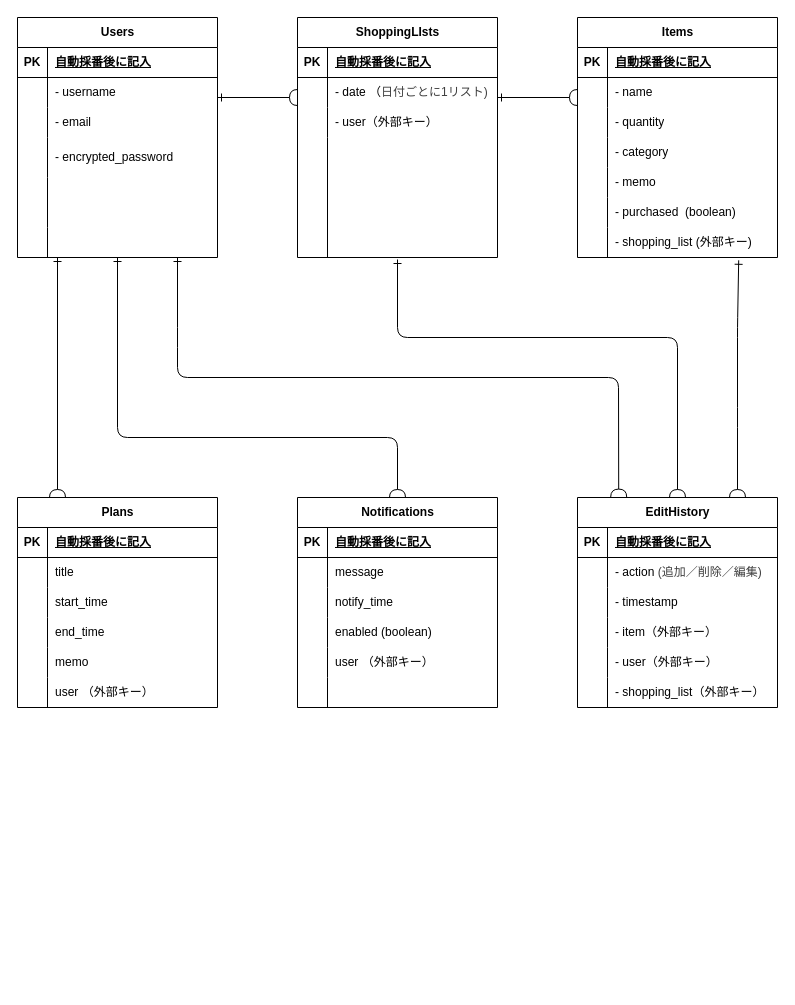
Above: shoppingdays.dio in wassyprince/shopping_days (draw.io), before the change. Source tidied: cells renumbered, new cells numbered last; positions are measured from the earlier drawing's top-left corner, leaving out a move shared by most shapes. Both pictures are drawn from the tidied source at 100%, with x=0, y=0 at pixel (17, 17).
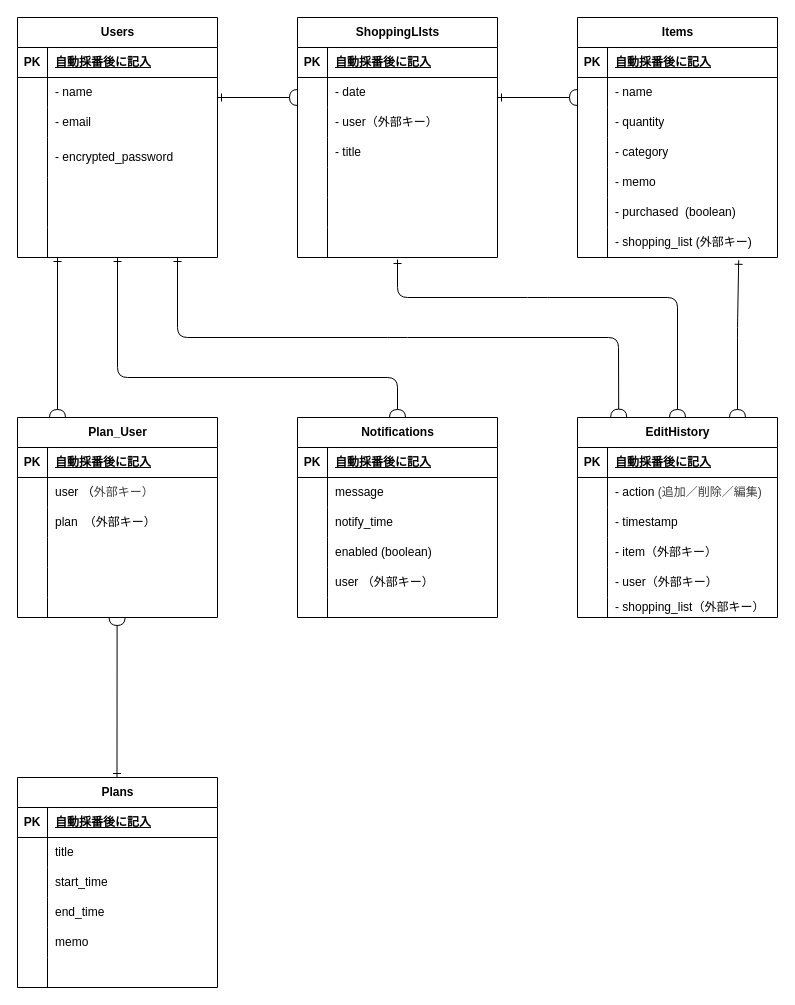
Above is the later version.

The change refers to these unchanged cells:
```xml
<mxCell id="25" style="shape=tableRow;horizontal=0;startSize=0;swimlaneHead=0;swimlaneBody=0;fillColor=none;top=0;left=0;right=0;bottom=0;" parent="21" vertex="1">
  <mxGeometry y="60" width="200" height="30" as="geometry" />
</mxCell>
<mxCell id="59" value="ShoppingLIsts" style="shape=table;startSize=30;childLayout=tableLayout;rowLines=0;fontStyle=1;align=center;html=1;" parent="1" vertex="1">
  <mxGeometry x="280" width="200" height="240" as="geometry" />
</mxCell>
<mxCell id="63" style="shape=tableRow;horizontal=0;startSize=0;swimlaneHead=0;swimlaneBody=0;fillColor=none;top=0;left=0;right=0;bottom=0;" parent="59" vertex="1">
  <mxGeometry y="60" width="200" height="30" as="geometry" />
</mxCell>
<mxCell id="91" style="shape=tableRow;horizontal=0;startSize=0;swimlaneHead=0;swimlaneBody=0;fillColor=none;points=[[0,0.5],[1,0.5]];portConstraint=eastwest;top=0;left=0;right=0;bottom=0;" parent="72" vertex="1">
  <mxGeometry y="210" width="200" height="30" as="geometry" />
</mxCell>
<mxCell id="117" style="shape=tableRow;horizontal=0;startSize=0;swimlaneHead=0;swimlaneBody=0;fillColor=none;top=0;left=0;right=0;bottom=0;" parent="101" vertex="1">
  <mxGeometry y="180" width="200" height="30" as="geometry" />
</mxCell>
```

Diff of the diagram source:
```diff
@@
     <mxCell id="2" value="Notifications" style="shape=table;startSize=30;childLayout=tableLayout;rowLines=0;fontStyle=1;align=center;html=1;" parent="1" vertex="1">
-      <mxGeometry x="280" y="480" width="200" height="210" as="geometry" />
+      <mxGeometry x="280" y="400" width="200" height="200" as="geometry" />
     </mxCell>
@@
     <mxCell id="18" style="shape=tableRow;horizontal=0;startSize=0;swimlaneHead=0;swimlaneBody=0;fillColor=none;top=0;left=0;right=0;bottom=0;" parent="2" vertex="1">
-      <mxGeometry y="180" width="200" height="30" as="geometry" />
+      <mxGeometry y="180" width="200" height="20" as="geometry" />
     </mxCell>
     <mxCell id="19" style="shape=partialRectangle;fillColor=none;top=0;left=0;bottom=0;right=0;overflow=hidden;whiteSpace=wrap;html=1;" parent="18" vertex="1">
-      <mxGeometry width="30" height="30" as="geometry" />
+      <mxGeometry width="30" height="20" as="geometry" />
     </mxCell>
     <mxCell id="20" style="shape=partialRectangle;fillColor=none;top=0;left=0;bottom=0;right=0;align=left;spacingLeft=6;overflow=hidden;whiteSpace=wrap;html=1;" parent="18" vertex="1">
-      <mxGeometry x="30" width="170" height="30" as="geometry" />
+      <mxGeometry x="30" width="170" height="20" as="geometry" />
     </mxCell>
@@
-    <mxCell id="27" value="- username" style="shape=partialRectangle;fillColor=none;top=0;left=0;bottom=0;right=0;align=left;spacingLeft=6;overflow=hidden;whiteSpace=wrap;html=1;" parent="25" vertex="1">
+    <mxCell id="27" value="- name" style="shape=partialRectangle;fillColor=none;top=0;left=0;bottom=0;right=0;align=left;spacingLeft=6;overflow=hidden;whiteSpace=wrap;html=1;" parent="25" vertex="1">
       <mxGeometry x="30" width="170" height="30" as="geometry" />
     </mxCell>
@@
     <mxCell id="40" value="EditHistory" style="shape=table;startSize=30;childLayout=tableLayout;rowLines=0;fontStyle=1;align=center;html=1;" parent="1" vertex="1">
-      <mxGeometry x="560" y="480" width="200" height="210" as="geometry" />
+      <mxGeometry x="560" y="400" width="200" height="200" as="geometry" />
     </mxCell>
@@
     <mxCell id="56" style="shape=tableRow;horizontal=0;startSize=0;swimlaneHead=0;swimlaneBody=0;fillColor=none;top=0;left=0;right=0;bottom=0;" parent="40" vertex="1">
-      <mxGeometry y="180" width="200" height="30" as="geometry" />
+      <mxGeometry y="180" width="200" height="20" as="geometry" />
     </mxCell>
     <mxCell id="57" style="shape=partialRectangle;fillColor=none;top=0;left=0;bottom=0;right=0;overflow=hidden;whiteSpace=wrap;html=1;" parent="56" vertex="1">
-      <mxGeometry width="30" height="30" as="geometry" />
+      <mxGeometry width="30" height="20" as="geometry" />
     </mxCell>
     <mxCell id="58" value="- shopping_list（外部キー）" style="shape=partialRectangle;fillColor=none;top=0;left=0;bottom=0;right=0;align=left;spacingLeft=6;overflow=hidden;whiteSpace=wrap;html=1;" parent="56" vertex="1">
-      <mxGeometry x="30" width="170" height="30" as="geometry" />
+      <mxGeometry x="30" width="170" height="20" as="geometry" />
     </mxCell>
@@
-    <mxCell id="65" value="- date （&lt;span style=&quot;color: rgb(63, 63, 63); background-color: transparent;&quot;&gt;日付ごとに&lt;/span&gt;&lt;span style=&quot;color: rgb(63, 63, 63); background-color: transparent;&quot; lang=&quot;EN-US&quot;&gt;1&lt;/span&gt;&lt;span style=&quot;color: rgb(63, 63, 63); background-color: transparent;&quot;&gt;リスト&lt;/span&gt;&lt;span style=&quot;color: rgb(63, 63, 63); background-color: transparent;&quot; lang=&quot;EN-US&quot;&gt;)&lt;/span&gt;" style="shape=partialRectangle;fillColor=none;top=0;left=0;bottom=0;right=0;align=left;spacingLeft=6;overflow=hidden;whiteSpace=wrap;html=1;" parent="63" vertex="1">
+    <mxCell id="65" value="- date" style="shape=partialRectangle;fillColor=none;top=0;left=0;bottom=0;right=0;align=left;spacingLeft=6;overflow=hidden;whiteSpace=wrap;html=1;" parent="63" vertex="1">
       <mxGeometry x="30" width="170" height="30" as="geometry" />
     </mxCell>
@@
-    <mxCell id="69" style="shape=tableRow;horizontal=0;startSize=0;swimlaneHead=0;swimlaneBody=0;fillColor=none;top=0;left=0;right=0;bottom=0;" parent="59" vertex="1">
-      <mxGeometry y="120" width="200" height="120" as="geometry" />
-    </mxCell>
-    <mxCell id="70" style="shape=partialRectangle;fillColor=none;top=0;left=0;bottom=0;right=0;overflow=hidden;whiteSpace=wrap;html=1;" parent="69" vertex="1">
-      <mxGeometry width="30" height="120" as="geometry" />
-    </mxCell>
-    <mxCell id="71" style="shape=partialRectangle;fillColor=none;top=0;left=0;bottom=0;right=0;align=left;spacingLeft=6;overflow=hidden;whiteSpace=wrap;html=1;" parent="69" vertex="1">
-      <mxGeometry x="30" width="170" height="120" as="geometry" />
-    </mxCell>
+    <mxCell id="120" style="shape=tableRow;horizontal=0;startSize=0;swimlaneHead=0;swimlaneBody=0;fillColor=none;top=0;left=0;right=0;bottom=0;" parent="59" vertex="1">
+      <mxGeometry y="120" width="200" height="30" as="geometry" />
+    </mxCell>
+    <mxCell id="121" style="shape=partialRectangle;fillColor=none;top=0;left=0;bottom=0;right=0;overflow=hidden;whiteSpace=wrap;html=1;" parent="120" vertex="1">
+      <mxGeometry width="30" height="30" as="geometry" />
+    </mxCell>
+    <mxCell id="122" value="- title" style="shape=partialRectangle;fillColor=none;top=0;left=0;bottom=0;right=0;align=left;spacingLeft=6;overflow=hidden;whiteSpace=wrap;html=1;" parent="120" vertex="1">
+      <mxGeometry x="30" width="170" height="30" as="geometry" />
+    </mxCell>
+    <mxCell id="123" style="shape=tableRow;horizontal=0;startSize=0;swimlaneHead=0;swimlaneBody=0;fillColor=none;top=0;left=0;right=0;bottom=0;" parent="59" vertex="1">
+      <mxGeometry y="150" width="200" height="30" as="geometry" />
+    </mxCell>
+    <mxCell id="124" style="shape=partialRectangle;fillColor=none;top=0;left=0;bottom=0;right=0;overflow=hidden;whiteSpace=wrap;html=1;" parent="123" vertex="1">
+      <mxGeometry width="30" height="30" as="geometry" />
+    </mxCell>
+    <mxCell id="125" style="shape=partialRectangle;fillColor=none;top=0;left=0;bottom=0;right=0;align=left;spacingLeft=6;overflow=hidden;whiteSpace=wrap;html=1;" parent="123" vertex="1">
+      <mxGeometry x="30" width="170" height="30" as="geometry" />
+    </mxCell>
+    <mxCell id="126" style="shape=tableRow;horizontal=0;startSize=0;swimlaneHead=0;swimlaneBody=0;fillColor=none;top=0;left=0;right=0;bottom=0;" parent="59" vertex="1">
+      <mxGeometry y="180" width="200" height="30" as="geometry" />
+    </mxCell>
+    <mxCell id="127" style="shape=partialRectangle;fillColor=none;top=0;left=0;bottom=0;right=0;overflow=hidden;whiteSpace=wrap;html=1;" parent="126" vertex="1">
+      <mxGeometry width="30" height="30" as="geometry" />
+    </mxCell>
+    <mxCell id="128" style="shape=partialRectangle;fillColor=none;top=0;left=0;bottom=0;right=0;align=left;spacingLeft=6;overflow=hidden;whiteSpace=wrap;html=1;" parent="126" vertex="1">
+      <mxGeometry x="30" width="170" height="30" as="geometry" />
+    </mxCell>
+    <mxCell id="129" style="shape=tableRow;horizontal=0;startSize=0;swimlaneHead=0;swimlaneBody=0;fillColor=none;top=0;left=0;right=0;bottom=0;" parent="59" vertex="1">
+      <mxGeometry y="210" width="200" height="30" as="geometry" />
+    </mxCell>
+    <mxCell id="130" style="shape=partialRectangle;fillColor=none;top=0;left=0;bottom=0;right=0;overflow=hidden;whiteSpace=wrap;html=1;" parent="129" vertex="1">
+      <mxGeometry width="30" height="30" as="geometry" />
+    </mxCell>
+    <mxCell id="131" style="shape=partialRectangle;fillColor=none;top=0;left=0;bottom=0;right=0;align=left;spacingLeft=6;overflow=hidden;whiteSpace=wrap;html=1;" parent="129" vertex="1">
+      <mxGeometry x="30" width="170" height="30" as="geometry" />
+    </mxCell>
@@
     <mxCell id="95" style="edgeStyle=none;html=1;strokeColor=default;endArrow=halfCircle;endFill=0;startArrow=ERone;startFill=0;entryX=0.5;entryY=0;entryDx=0;entryDy=0;" parent="1" edge="1" target="2">
       <mxGeometry relative="1" as="geometry">
         <mxPoint x="100" y="240" as="sourcePoint" />
         <Array as="points">
-          <mxPoint x="100" y="420" />
-          <mxPoint x="380" y="420" />
+          <mxPoint x="100" y="360" />
+          <mxPoint x="380" y="360" />
         </Array>
       </mxGeometry>
     </mxCell>
     <mxCell id="96" style="edgeStyle=none;html=1;strokeColor=default;endArrow=halfCircle;endFill=0;startArrow=ERone;startFill=0;entryX=0.206;entryY=-0.002;entryDx=0;entryDy=0;entryPerimeter=0;" parent="1" edge="1" target="40">
       <mxGeometry relative="1" as="geometry">
         <mxPoint x="160" y="240" as="sourcePoint" />
         <Array as="points">
           <mxPoint x="160" y="320" />
-          <mxPoint x="160" y="360" />
-          <mxPoint x="601" y="360" />
+          <mxPoint x="380" y="320" />
+          <mxPoint x="601" y="320" />
         </Array>
       </mxGeometry>
     </mxCell>
     <mxCell id="97" style="edgeStyle=none;html=1;strokeColor=default;endArrow=halfCircle;endFill=0;startArrow=ERone;startFill=0;exitX=0.806;exitY=1.093;exitDx=0;exitDy=0;exitPerimeter=0;" parent="1" edge="1" source="91">
       <mxGeometry relative="1" as="geometry">
-        <mxPoint x="720" y="480" as="targetPoint" />
+        <mxPoint x="720" y="400" as="targetPoint" />
         <Array as="points">
           <mxPoint x="720" y="310" />
           <mxPoint x="720" y="400" />
         </Array>
       </mxGeometry>
     </mxCell>
@@
     <mxCell id="99" style="edgeStyle=none;html=1;strokeColor=default;endArrow=halfCircle;endFill=0;startArrow=ERone;startFill=0;entryX=0.5;entryY=0;entryDx=0;entryDy=0;" parent="1" edge="1" target="40">
       <mxGeometry relative="1" as="geometry">
         <mxPoint x="380" y="242" as="sourcePoint" />
         <Array as="points">
-          <mxPoint x="380" y="320" />
-          <mxPoint x="660" y="320" />
+          <mxPoint x="380" y="280" />
+          <mxPoint x="520" y="280" />
+          <mxPoint x="660" y="280" />
         </Array>
       </mxGeometry>
     </mxCell>
-    <mxCell id="100" style="edgeStyle=none;html=1;strokeColor=default;endArrow=halfCircle;endFill=0;startArrow=ERone;startFill=0;entryX=0.2;entryY=0;entryDx=0;entryDy=0;entryPerimeter=0;" parent="1" edge="1" target="101">
+    <mxCell id="100" style="edgeStyle=none;html=1;strokeColor=default;endArrow=halfCircle;endFill=0;startArrow=ERone;startFill=0;" parent="1" edge="1">
       <mxGeometry relative="1" as="geometry">
         <mxPoint x="40" y="240" as="sourcePoint" />
+        <mxPoint x="40" y="400" as="targetPoint" />
       </mxGeometry>
     </mxCell>
     <mxCell id="101" value="Plans" style="shape=table;startSize=30;childLayout=tableLayout;rowLines=0;fontStyle=1;align=center;html=1;" parent="1" vertex="1">
-      <mxGeometry y="480" width="200" height="210" as="geometry" />
+      <mxGeometry y="760" width="200" height="210" as="geometry" />
     </mxCell>
@@
-    <mxCell id="119" value="user （外部キー）" style="shape=partialRectangle;fillColor=none;top=0;left=0;bottom=0;right=0;align=left;spacingLeft=6;overflow=hidden;whiteSpace=wrap;html=1;" parent="117" vertex="1">
+    <mxCell id="119" style="shape=partialRectangle;fillColor=none;top=0;left=0;bottom=0;right=0;align=left;spacingLeft=6;overflow=hidden;whiteSpace=wrap;html=1;" parent="117" vertex="1">
       <mxGeometry x="30" width="170" height="30" as="geometry" />
     </mxCell>
+    <mxCell id="132" value="Plan_User" style="shape=table;startSize=30;childLayout=tableLayout;rowLines=0;fontStyle=1;align=center;html=1;" parent="1" vertex="1">
+      <mxGeometry y="400" width="200" height="200" as="geometry" />
+    </mxCell>
+    <mxCell id="133" style="shape=tableRow;horizontal=0;startSize=0;swimlaneHead=0;swimlaneBody=0;fillColor=none;top=0;left=0;right=0;bottom=1;" parent="132" vertex="1">
+      <mxGeometry y="30" width="200" height="30" as="geometry" />
+    </mxCell>
+    <mxCell id="134" value="PK" style="shape=partialRectangle;fillColor=none;top=0;left=0;bottom=0;right=0;fontStyle=1;overflow=hidden;whiteSpace=wrap;html=1;" parent="133" vertex="1">
+      <mxGeometry width="30" height="30" as="geometry" />
+    </mxCell>
+    <mxCell id="135" value="&lt;span style=&quot;color: rgb(0, 0, 0);&quot;&gt;自動採番後に記入&lt;/span&gt;" style="shape=partialRectangle;fillColor=none;top=0;left=0;bottom=0;right=0;align=left;spacingLeft=6;fontStyle=5;overflow=hidden;whiteSpace=wrap;html=1;" parent="133" vertex="1">
+      <mxGeometry x="30" width="170" height="30" as="geometry" />
+    </mxCell>
+    <mxCell id="136" style="shape=tableRow;horizontal=0;startSize=0;swimlaneHead=0;swimlaneBody=0;fillColor=none;top=0;left=0;right=0;bottom=0;" parent="132" vertex="1">
+      <mxGeometry y="60" width="200" height="30" as="geometry" />
+    </mxCell>
+    <mxCell id="137" style="shape=partialRectangle;fillColor=none;top=0;left=0;bottom=0;right=0;overflow=hidden;whiteSpace=wrap;html=1;" parent="136" vertex="1">
+      <mxGeometry width="30" height="30" as="geometry" />
+    </mxCell>
+    <mxCell id="138" value="user （&lt;span style=&quot;color: rgb(63, 63, 63); background-color: transparent;&quot;&gt;外部キー）&lt;/span&gt;" style="shape=partialRectangle;fillColor=none;top=0;left=0;bottom=0;right=0;align=left;spacingLeft=6;overflow=hidden;whiteSpace=wrap;html=1;" parent="136" vertex="1">
+      <mxGeometry x="30" width="170" height="30" as="geometry" />
+    </mxCell>
+    <mxCell id="139" style="shape=tableRow;horizontal=0;startSize=0;swimlaneHead=0;swimlaneBody=0;fillColor=none;top=0;left=0;right=0;bottom=0;" parent="132" vertex="1">
+      <mxGeometry y="90" width="200" height="30" as="geometry" />
+    </mxCell>
+    <mxCell id="140" style="shape=partialRectangle;fillColor=none;top=0;left=0;bottom=0;right=0;overflow=hidden;whiteSpace=wrap;html=1;" parent="139" vertex="1">
+      <mxGeometry width="30" height="30" as="geometry" />
+    </mxCell>
+    <mxCell id="141" value="plan　（外部キー）" style="shape=partialRectangle;fillColor=none;top=0;left=0;bottom=0;right=0;align=left;spacingLeft=6;overflow=hidden;whiteSpace=wrap;html=1;" parent="139" vertex="1">
+      <mxGeometry x="30" width="170" height="30" as="geometry" />
+    </mxCell>
+    <mxCell id="142" style="shape=tableRow;horizontal=0;startSize=0;swimlaneHead=0;swimlaneBody=0;fillColor=none;top=0;left=0;right=0;bottom=0;" parent="132" vertex="1">
+      <mxGeometry y="120" width="200" height="30" as="geometry" />
+    </mxCell>
+    <mxCell id="143" style="shape=partialRectangle;fillColor=none;top=0;left=0;bottom=0;right=0;overflow=hidden;whiteSpace=wrap;html=1;" parent="142" vertex="1">
+      <mxGeometry width="30" height="30" as="geometry" />
+    </mxCell>
+    <mxCell id="144" style="shape=partialRectangle;fillColor=none;top=0;left=0;bottom=0;right=0;align=left;spacingLeft=6;overflow=hidden;whiteSpace=wrap;html=1;" parent="142" vertex="1">
+      <mxGeometry x="30" width="170" height="30" as="geometry" />
+    </mxCell>
+    <mxCell id="145" style="shape=tableRow;horizontal=0;startSize=0;swimlaneHead=0;swimlaneBody=0;fillColor=none;top=0;left=0;right=0;bottom=0;" parent="132" vertex="1">
+      <mxGeometry y="150" width="200" height="30" as="geometry" />
+    </mxCell>
+    <mxCell id="146" style="shape=partialRectangle;fillColor=none;top=0;left=0;bottom=0;right=0;overflow=hidden;whiteSpace=wrap;html=1;" parent="145" vertex="1">
+      <mxGeometry width="30" height="30" as="geometry" />
+    </mxCell>
+    <mxCell id="147" style="shape=partialRectangle;fillColor=none;top=0;left=0;bottom=0;right=0;align=left;spacingLeft=6;overflow=hidden;whiteSpace=wrap;html=1;" parent="145" vertex="1">
+      <mxGeometry x="30" width="170" height="30" as="geometry" />
+    </mxCell>
+    <mxCell id="148" style="shape=tableRow;horizontal=0;startSize=0;swimlaneHead=0;swimlaneBody=0;fillColor=none;points=[[0,0.5],[1,0.5]];portConstraint=eastwest;top=0;left=0;right=0;bottom=0;" parent="132" vertex="1">
+      <mxGeometry y="180" width="200" height="20" as="geometry" />
+    </mxCell>
+    <mxCell id="149" style="shape=partialRectangle;fillColor=none;top=0;left=0;bottom=0;right=0;overflow=hidden;whiteSpace=wrap;html=1;" parent="148" vertex="1">
+      <mxGeometry width="30" height="20" as="geometry" />
+    </mxCell>
+    <mxCell id="150" style="shape=partialRectangle;fillColor=none;top=0;left=0;bottom=0;right=0;align=left;spacingLeft=6;overflow=hidden;whiteSpace=wrap;html=1;" parent="148" vertex="1">
+      <mxGeometry x="30" width="170" height="20" as="geometry" />
+    </mxCell>
+    <mxCell id="151" style="edgeStyle=none;html=1;strokeColor=default;endArrow=halfCircle;endFill=0;startArrow=ERone;startFill=0;entryX=0.498;entryY=1;entryDx=0;entryDy=0;entryPerimeter=0;" parent="1" edge="1" target="148">
+      <mxGeometry relative="1" as="geometry">
+        <mxPoint x="99.5" y="760" as="sourcePoint" />
+      </mxGeometry>
+    </mxCell>
```
